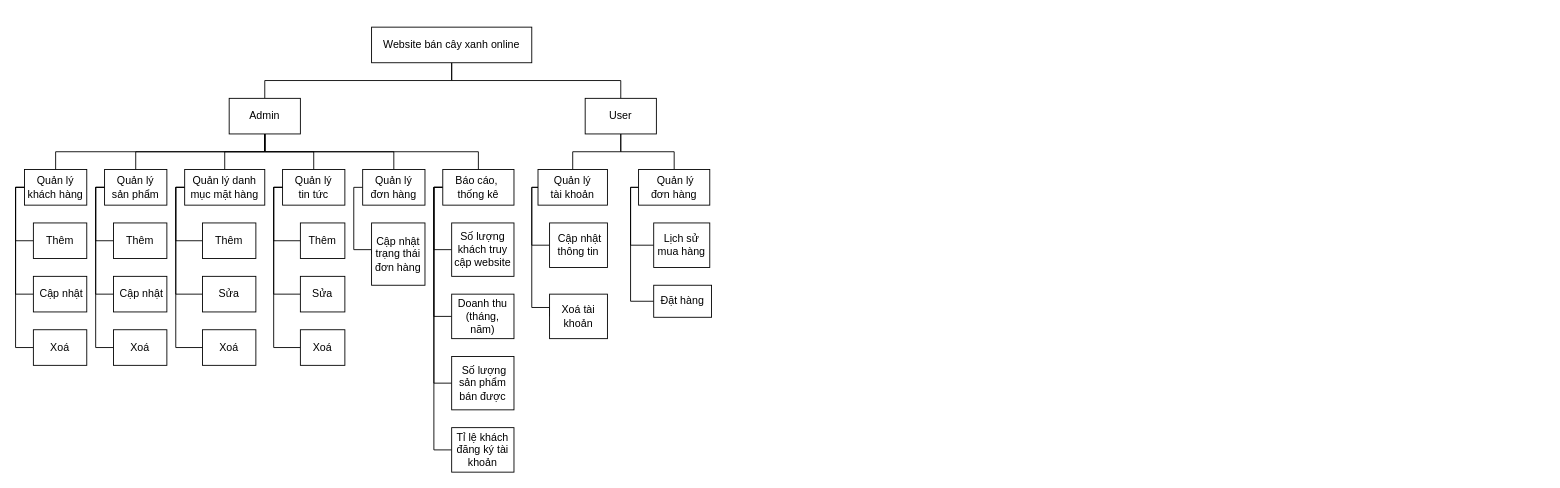
The draw.io diagram Untitled Diagram.drawio in lmtNoLimit/plants-store-laravel, before the edit. Source tidied: cells renumbered, new cells numbered last; positions are measured from the earlier drawing's top-left corner, leaving out a move shared by most shapes. Both pictures are drawn from the tidied source at 89%, with x=0, y=0 at pixel (15, 27).
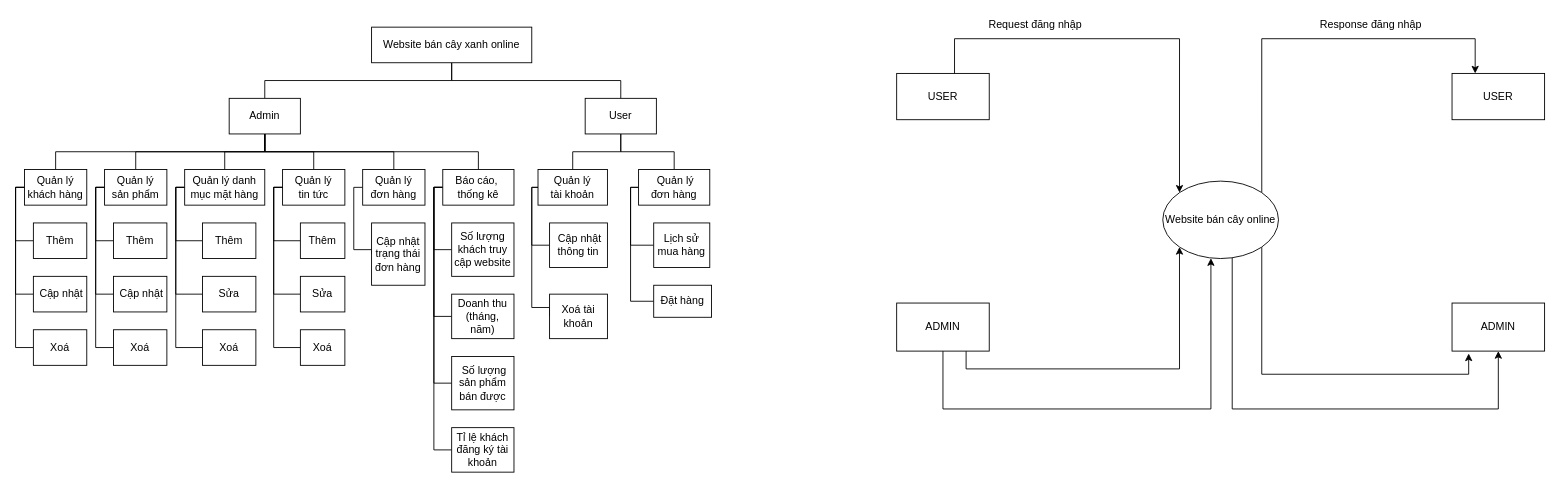
The same page after the edit.

What changed in the source:
```diff
@@
+    <mxCell id="65" style="edgeStyle=orthogonalEdgeStyle;rounded=0;jettySize=auto;html=1;exitX=1;exitY=1;exitDx=0;exitDy=0;entryX=0.18;entryY=1.05;entryDx=0;entryDy=0;entryPerimeter=0;endArrow=classic;endFill=1;" parent="1" edge="1" source="68" target="75">
+      <mxGeometry relative="1" as="geometry">
+        <Array as="points">
+          <mxPoint x="1400" y="390" />
+          <mxPoint x="1633" y="390" />
+        </Array>
+      </mxGeometry>
+    </mxCell>
+    <mxCell id="66" style="edgeStyle=orthogonalEdgeStyle;rounded=0;jettySize=auto;html=1;entryX=0.5;entryY=1;entryDx=0;entryDy=0;endArrow=classic;endFill=1;" parent="1" edge="1" source="68" target="75">
+      <mxGeometry relative="1" as="geometry">
+        <Array as="points">
+          <mxPoint x="1367" y="429" />
+          <mxPoint x="1666" y="429" />
+        </Array>
+      </mxGeometry>
+    </mxCell>
+    <mxCell id="67" style="edgeStyle=orthogonalEdgeStyle;rounded=0;jettySize=auto;html=1;exitX=1;exitY=0;exitDx=0;exitDy=0;entryX=0.25;entryY=0;entryDx=0;entryDy=0;endArrow=classic;endFill=1;" parent="1" edge="1" source="68" target="77">
+      <mxGeometry relative="1" as="geometry">
+        <Array as="points">
+          <mxPoint x="1400" y="13" />
+          <mxPoint x="1640" y="13" />
+        </Array>
+      </mxGeometry>
+    </mxCell>
+    <mxCell id="68" value="Website bán cây online" style="ellipse;whiteSpace=wrap;html=1;" parent="1" vertex="1">
+      <mxGeometry x="1289" y="173" width="130" height="87" as="geometry" />
+    </mxCell>
+    <mxCell id="69" style="edgeStyle=orthogonalEdgeStyle;rounded=0;jettySize=auto;html=1;exitX=0.75;exitY=1;exitDx=0;exitDy=0;entryX=0;entryY=1;entryDx=0;entryDy=0;endArrow=classic;endFill=1;" parent="1" edge="1" source="71" target="68">
+      <mxGeometry relative="1" as="geometry" />
+    </mxCell>
+    <mxCell id="70" style="edgeStyle=orthogonalEdgeStyle;rounded=0;jettySize=auto;html=1;exitX=0.5;exitY=1;exitDx=0;exitDy=0;entryX=0.416;entryY=0.996;entryDx=0;entryDy=0;entryPerimeter=0;endArrow=classic;endFill=1;" parent="1" edge="1" source="71" target="68">
+      <mxGeometry relative="1" as="geometry">
+        <Array as="points">
+          <mxPoint x="1042" y="429" />
+          <mxPoint x="1343" y="429" />
+        </Array>
+      </mxGeometry>
+    </mxCell>
+    <mxCell id="71" value="ADMIN" style="rounded=0;whiteSpace=wrap;html=1;" parent="1" vertex="1">
+      <mxGeometry x="990" y="310" width="104" height="54" as="geometry" />
+    </mxCell>
+    <mxCell id="72" style="edgeStyle=orthogonalEdgeStyle;rounded=0;jettySize=auto;html=1;exitX=0.25;exitY=0;exitDx=0;exitDy=0;endArrow=classic;endFill=1;entryX=0;entryY=0;entryDx=0;entryDy=0;" parent="1" edge="1" source="73" target="68">
+      <mxGeometry relative="1" as="geometry">
+        <Array as="points">
+          <mxPoint x="1016" y="60" />
+          <mxPoint x="1055" y="60" />
+          <mxPoint x="1055" y="13" />
+          <mxPoint x="1308" y="13" />
+        </Array>
+      </mxGeometry>
+    </mxCell>
+    <mxCell id="73" value="USER" style="rounded=0;whiteSpace=wrap;html=1;" parent="1" vertex="1">
+      <mxGeometry x="990" y="52" width="104" height="52" as="geometry" />
+    </mxCell>
+    <mxCell id="74" value="Request đăng nhập&lt;br&gt;" style="text;html=1;strokeColor=none;fillColor=none;align=center;verticalAlign=middle;whiteSpace=wrap;rounded=0;" parent="1" vertex="1">
+      <mxGeometry x="1081" y="-13" width="130" height="20" as="geometry" />
+    </mxCell>
+    <mxCell id="75" value="ADMIN" style="rounded=0;whiteSpace=wrap;html=1;" parent="1" vertex="1">
+      <mxGeometry x="1614" y="310" width="104" height="54" as="geometry" />
+    </mxCell>
+    <mxCell id="76" style="edgeStyle=orthogonalEdgeStyle;rounded=0;orthogonalLoop=1;jettySize=auto;html=1;exitX=0.5;exitY=1;exitDx=0;exitDy=0;endArrow=classic;endFill=1;" parent="1" edge="1" source="68" target="68">
+      <mxGeometry relative="1" as="geometry" />
+    </mxCell>
+    <mxCell id="77" value="USER" style="rounded=0;whiteSpace=wrap;html=1;" parent="1" vertex="1">
+      <mxGeometry x="1614" y="52" width="104" height="52" as="geometry" />
+    </mxCell>
+    <mxCell id="78" value="Response đăng nhập" style="text;html=1;strokeColor=none;fillColor=none;align=center;verticalAlign=middle;whiteSpace=wrap;rounded=0;" parent="1" vertex="1">
+      <mxGeometry x="1458" y="-13" width="130" height="20" as="geometry" />
+    </mxCell>
```
